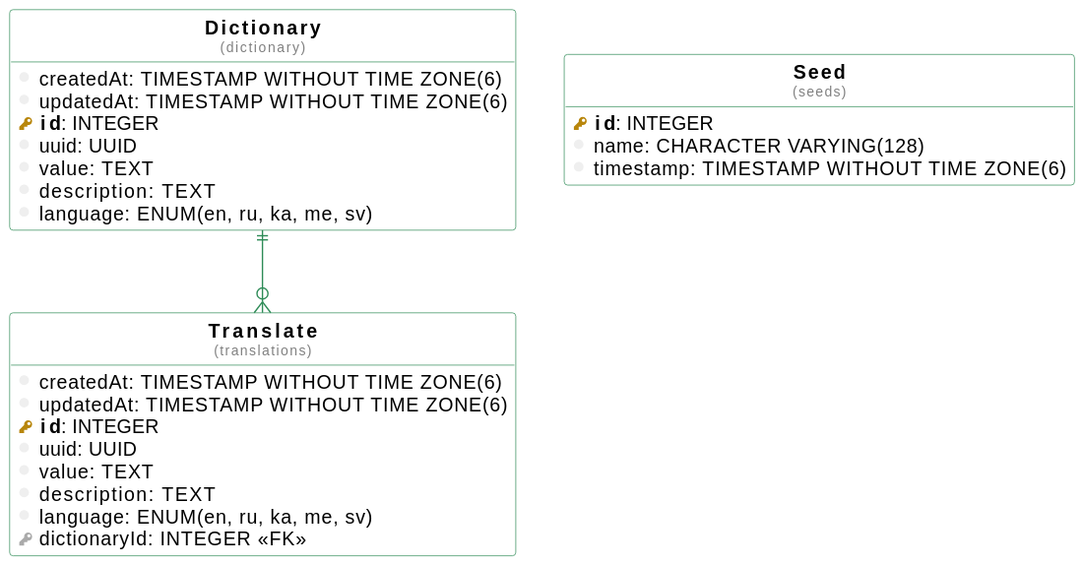
This is docs/db-diagram.svg from nimda-software/backend-service, a PlantUML export, as it was before one commit.
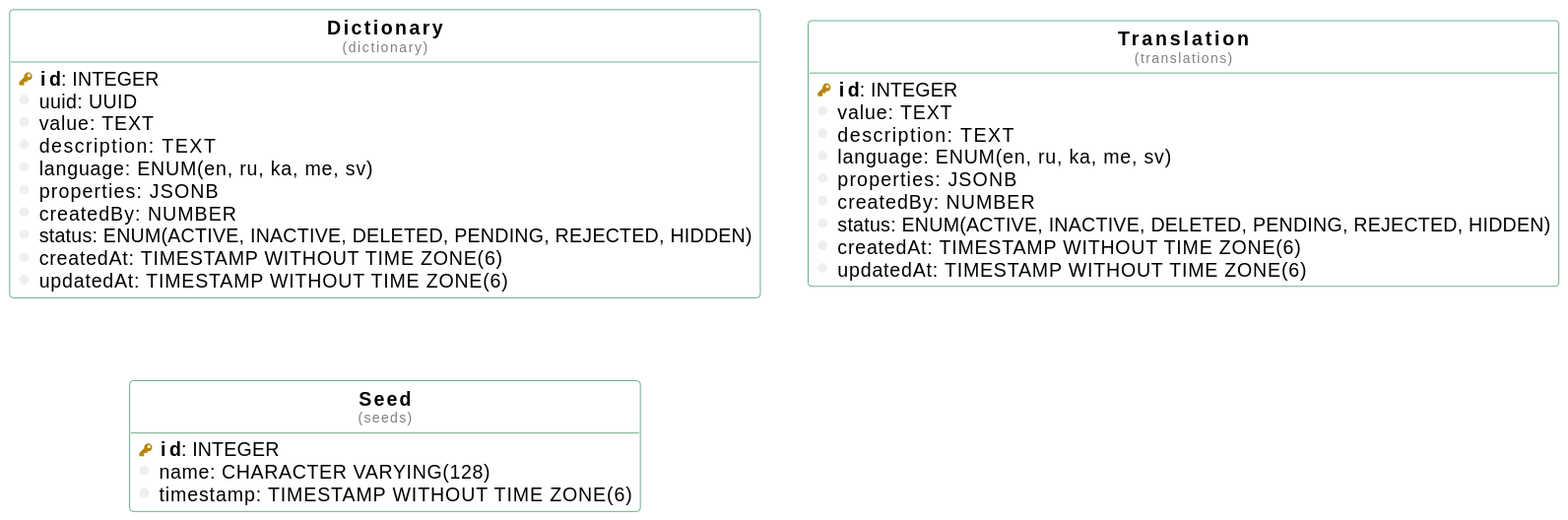
Above is the later version.

The edit, as a diff of the source:
```diff
@@ -23,25 +23,29 @@
 }
 
 
-table( Translate, translations ) as translations {
-  column( createdAt ): TIMESTAMP WITHOUT TIME ZONE(6)
-  column( updatedAt ): TIMESTAMP WITHOUT TIME ZONE(6)
+table( Dictionary, dictionary ) as dictionary {
   pkey( id ): INTEGER
   column( uuid ): UUID
   column( value ): TEXT
   column( description ): TEXT
   column( language ): ENUM(en, ru, ka, me, sv)
-  fkey( dictionaryId ): INTEGER <<FK>>
+  column( properties ): JSONB
+  column( createdBy ): NUMBER
+  column( status ): ENUM(ACTIVE, INACTIVE, DELETED, PENDING, REJECTED, HIDDEN)
+  column( createdAt ): TIMESTAMP WITHOUT TIME ZONE(6)
+  column( updatedAt ): TIMESTAMP WITHOUT TIME ZONE(6)
 }
 
-table( Dictionary, dictionary ) as dictionary {
-  column( createdAt ): TIMESTAMP WITHOUT TIME ZONE(6)
-  column( updatedAt ): TIMESTAMP WITHOUT TIME ZONE(6)
+table( Translation, translations ) as translations {
   pkey( id ): INTEGER
-  column( uuid ): UUID
   column( value ): TEXT
   column( description ): TEXT
   column( language ): ENUM(en, ru, ka, me, sv)
+  column( properties ): JSONB
+  column( createdBy ): NUMBER
+  column( status ): ENUM(ACTIVE, INACTIVE, DELETED, PENDING, REJECTED, HIDDEN)
+  column( createdAt ): TIMESTAMP WITHOUT TIME ZONE(6)
+  column( updatedAt ): TIMESTAMP WITHOUT TIME ZONE(6)
 }
 
 table( Seed, seeds ) as seeds {
@@ -49,6 +53,4 @@
   column( name ): CHARACTER VARYING(128)
   column( timestamp ): TIMESTAMP WITHOUT TIME ZONE(6)
 }
-
-"dictionary" ||--o{ "translations"
 @enduml
```
